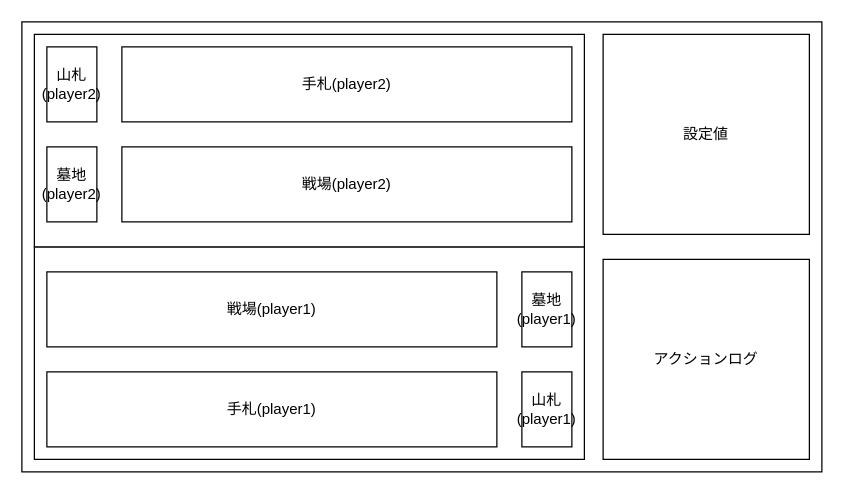
Earlier version of the draw.io diagram land_magic/assets/playzone.drawio (Yuko175/sandbox). Source tidied: cells renumbered, new cells numbered last; positions are measured from the earlier drawing's top-left corner, leaving out a move shared by most shapes. Both pictures are drawn from the tidied source at 125%, with x=0, y=0 at pixel (21, 21).
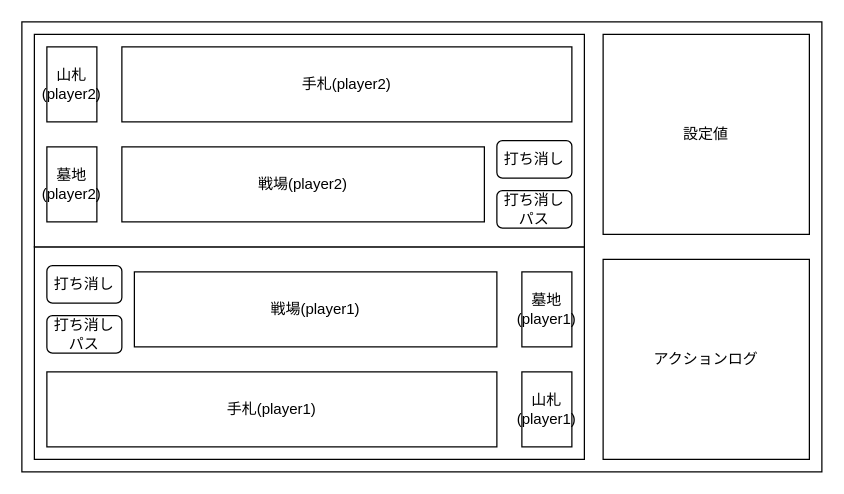
The same diagram, later.

Diff of the diagram source:
```diff
@@
 <mxGraphModel>
   <root>
     <mxCell id="0" />
     <mxCell id="1" parent="0" />
     <mxCell id="2" style="rounded=0;whiteSpace=wrap;html=1;" parent="1" vertex="1">
       <mxGeometry width="640" height="360" as="geometry" />
     </mxCell>
     <mxCell id="3" style="rounded=0;whiteSpace=wrap;html=1;" parent="1" vertex="1">
       <mxGeometry x="10" y="180" width="440" height="170" as="geometry" />
     </mxCell>
     <mxCell id="4" style="rounded=0;whiteSpace=wrap;html=1;" parent="1" vertex="1">
       <mxGeometry x="10" y="10" width="440" height="170" as="geometry" />
     </mxCell>
     <mxCell id="5" value="手札&lt;span style=&quot;color: rgb(0, 0, 0);&quot;&gt;(player1)&lt;/span&gt;" style="rounded=0;whiteSpace=wrap;html=1;" parent="1" vertex="1">
       <mxGeometry x="20" y="280" width="360" height="60" as="geometry" />
     </mxCell>
     <mxCell id="6" value="山札&lt;div&gt;&lt;span style=&quot;color: rgb(0, 0, 0);&quot;&gt;(player1)&lt;/span&gt;&lt;/div&gt;" style="rounded=0;whiteSpace=wrap;html=1;" parent="1" vertex="1">
       <mxGeometry x="400" y="280" width="40" height="60" as="geometry" />
     </mxCell>
     <mxCell id="7" value="墓地&lt;div&gt;&lt;span style=&quot;color: rgb(0, 0, 0);&quot;&gt;(player1)&lt;/span&gt;&lt;/div&gt;" style="rounded=0;whiteSpace=wrap;html=1;" parent="1" vertex="1">
       <mxGeometry x="400" y="200" width="40" height="60" as="geometry" />
     </mxCell>
     <mxCell id="8" value="戦場&lt;span style=&quot;color: rgb(0, 0, 0);&quot;&gt;(player1)&lt;/span&gt;" style="rounded=0;whiteSpace=wrap;html=1;" parent="1" vertex="1">
-      <mxGeometry x="20" y="200" width="360" height="60" as="geometry" />
+      <mxGeometry x="90" y="200" width="290" height="60" as="geometry" />
     </mxCell>
     <mxCell id="9" value="山札&lt;div&gt;&lt;span style=&quot;color: rgb(0, 0, 0);&quot;&gt;(player2)&lt;/span&gt;&lt;/div&gt;" style="rounded=0;whiteSpace=wrap;html=1;" parent="1" vertex="1">
       <mxGeometry x="20" y="20" width="40" height="60" as="geometry" />
     </mxCell>
     <mxCell id="10" value="墓地&lt;div&gt;&lt;span style=&quot;color: rgb(0, 0, 0);&quot;&gt;(player2)&lt;/span&gt;&lt;/div&gt;" style="rounded=0;whiteSpace=wrap;html=1;" parent="1" vertex="1">
       <mxGeometry x="20" y="100" width="40" height="60" as="geometry" />
     </mxCell>
     <mxCell id="11" value="手札&lt;span style=&quot;color: rgb(0, 0, 0);&quot;&gt;(player2)&lt;/span&gt;" style="rounded=0;whiteSpace=wrap;html=1;" parent="1" vertex="1">
       <mxGeometry x="80" y="20" width="360" height="60" as="geometry" />
     </mxCell>
     <mxCell id="12" value="戦場(player2)" style="rounded=0;whiteSpace=wrap;html=1;" parent="1" vertex="1">
-      <mxGeometry x="80" y="100" width="360" height="60" as="geometry" />
+      <mxGeometry x="80" y="100" width="290" height="60" as="geometry" />
     </mxCell>
     <mxCell id="13" value="設定値" style="rounded=0;whiteSpace=wrap;html=1;" parent="1" vertex="1">
       <mxGeometry x="465" y="10" width="165" height="160" as="geometry" />
     </mxCell>
     <mxCell id="14" value="アクションログ" style="rounded=0;whiteSpace=wrap;html=1;" parent="1" vertex="1">
       <mxGeometry x="465" y="190" width="165" height="160" as="geometry" />
     </mxCell>
+    <mxCell id="15" value="打ち消し" style="rounded=1;whiteSpace=wrap;html=1;" parent="1" vertex="1">
+      <mxGeometry x="380" y="95" width="60" height="30" as="geometry" />
+    </mxCell>
+    <mxCell id="16" value="打ち消しパス" style="rounded=1;whiteSpace=wrap;html=1;" parent="1" vertex="1">
+      <mxGeometry x="380" y="135" width="60" height="30" as="geometry" />
+    </mxCell>
+    <mxCell id="17" value="打ち消し" style="rounded=1;whiteSpace=wrap;html=1;" parent="1" vertex="1">
+      <mxGeometry x="20" y="195" width="60" height="30" as="geometry" />
+    </mxCell>
+    <mxCell id="18" value="打ち消しパス" style="rounded=1;whiteSpace=wrap;html=1;" parent="1" vertex="1">
+      <mxGeometry x="20" y="235" width="60" height="30" as="geometry" />
+    </mxCell>
   </root>
 </mxGraphModel>
```
